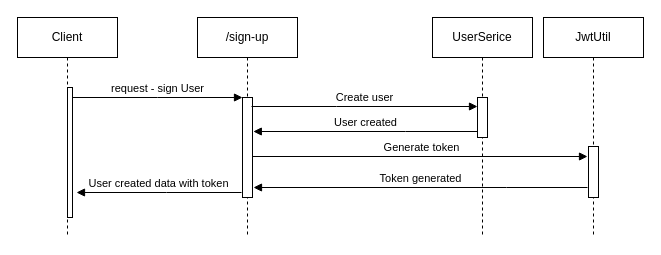
Above: docs/NTTtestSequenceDiag.drawio in thesaintve/nttDataJavaTest (draw.io), before the change. Source tidied: cells renumbered, new cells numbered last; positions are measured from the earlier drawing's top-left corner, leaving out a move shared by most shapes. Both pictures are drawn from the tidied source at 100%, with x=0, y=0 at pixel (17, 17).
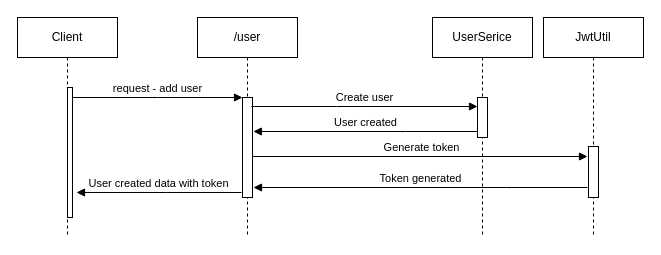
The same page after the edit.

Unchanged cells that the change refers to:
```xml
<mxCell id="3" style="html=1;points=[];perimeter=orthogonalPerimeter;outlineConnect=0;targetShapes=umlLifeline;portConstraint=eastwest;newEdgeStyle={&quot;edgeStyle&quot;:&quot;elbowEdgeStyle&quot;,&quot;elbow&quot;:&quot;vertical&quot;,&quot;curved&quot;:0,&quot;rounded&quot;:0};" parent="2" vertex="1">
  <mxGeometry x="50" y="70" width="5" height="130" as="geometry" />
</mxCell>
<mxCell id="5" style="html=1;points=[];perimeter=orthogonalPerimeter;outlineConnect=0;targetShapes=umlLifeline;portConstraint=eastwest;newEdgeStyle={&quot;edgeStyle&quot;:&quot;elbowEdgeStyle&quot;,&quot;elbow&quot;:&quot;vertical&quot;,&quot;curved&quot;:0,&quot;rounded&quot;:0};" parent="4" vertex="1">
  <mxGeometry x="45" y="80" width="10" height="100" as="geometry" />
</mxCell>
```

Change to the diagram source:
```diff
@@
-    <mxCell id="4" value="/sign-up" style="shape=umlLifeline;perimeter=lifelinePerimeter;whiteSpace=wrap;html=1;newEdgeStyle={&quot;edgeStyle&quot;:&quot;elbowEdgeStyle&quot;,&quot;elbow&quot;:&quot;vertical&quot;,&quot;curved&quot;:0,&quot;rounded&quot;:0};" parent="1" vertex="1">
+    <mxCell id="4" value="/user" style="shape=umlLifeline;perimeter=lifelinePerimeter;whiteSpace=wrap;html=1;newEdgeStyle={&quot;edgeStyle&quot;:&quot;elbowEdgeStyle&quot;,&quot;elbow&quot;:&quot;vertical&quot;,&quot;curved&quot;:0,&quot;rounded&quot;:0};" parent="1" vertex="1">
       <mxGeometry x="180" width="100" height="220" as="geometry" />
     </mxCell>
@@
-    <mxCell id="6" value="request - sign User" style="html=1;verticalAlign=bottom;endArrow=block;edgeStyle=elbowEdgeStyle;elbow=vertical;curved=0;rounded=0;" parent="1" edge="1" source="3" target="5">
+    <mxCell id="6" value="request - add user" style="html=1;verticalAlign=bottom;endArrow=block;edgeStyle=elbowEdgeStyle;elbow=vertical;curved=0;rounded=0;" parent="1" edge="1" source="3" target="5">
       <mxGeometry relative="1" as="geometry">
         <Array as="points">
           <mxPoint x="140" y="80" />
         </Array>
       </mxGeometry>
     </mxCell>
```
